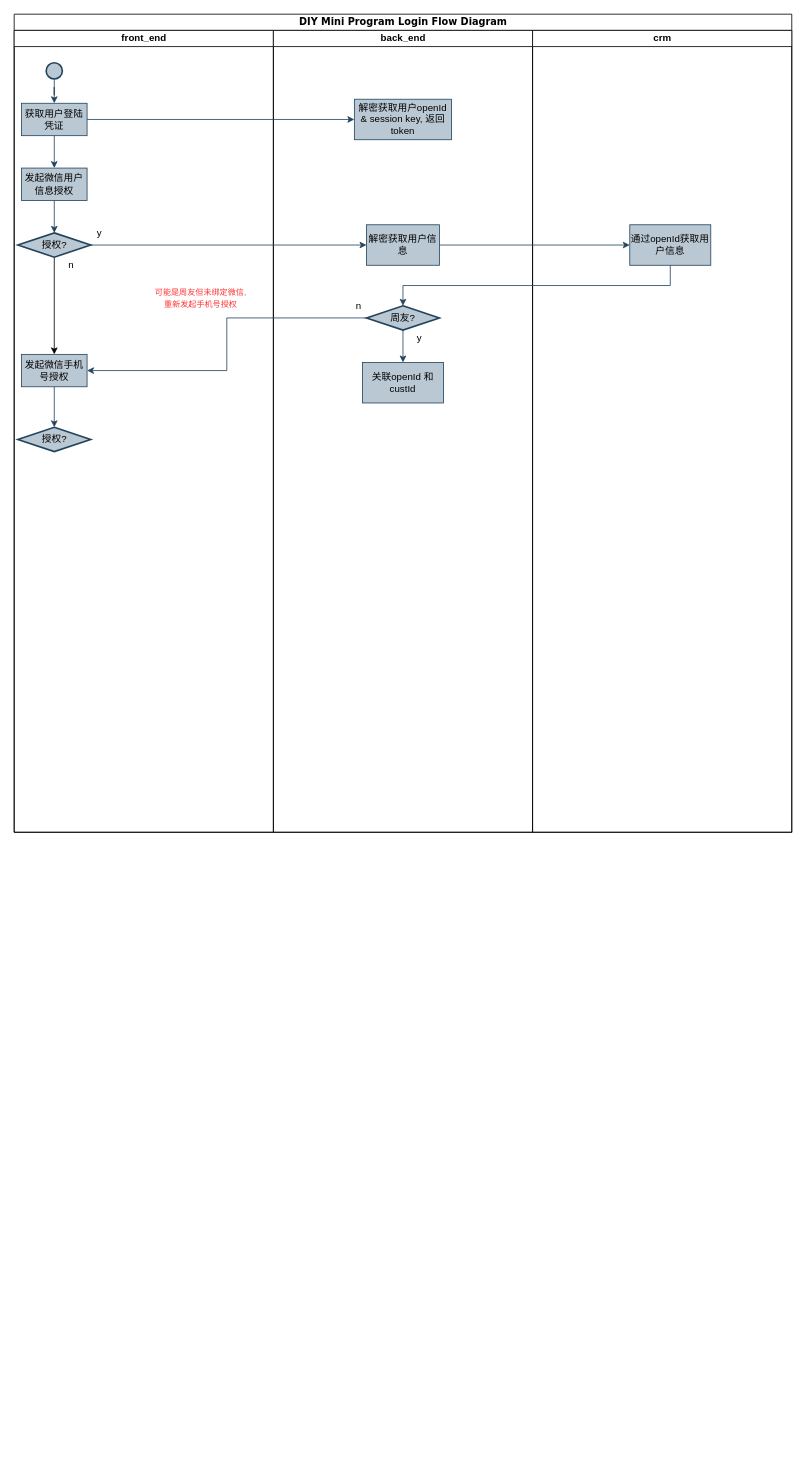
WinkleWong/Diagram keeps this draw.io diagram as DIY Mini Program/DIY Mini Program Login Flow Diagram.drawio. Above is the earlier version. Source tidied: cells renumbered, new cells numbered last; positions are measured from the earlier drawing's top-left corner, leaving out a move shared by most shapes. Both pictures are drawn from the tidied source at 81%, with x=0, y=0 at pixel (14, 14).
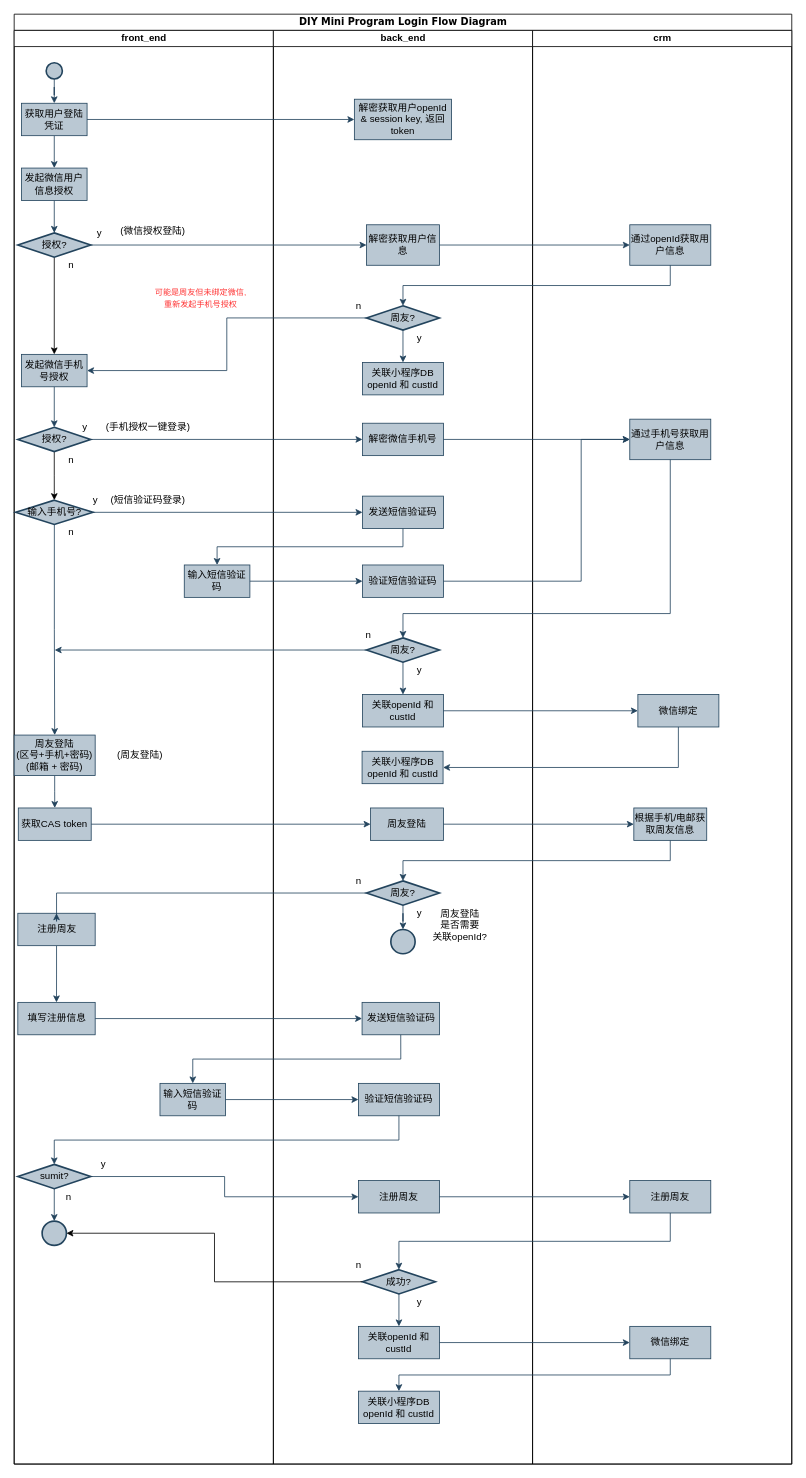
The same page after the edit.

Unchanged cells that the change refers to:
```xml
<mxCell id="13" value="发起微信手机号授权" style="rounded=0;whiteSpace=wrap;html=1;fillColor=#bac8d3;strokeColor=#23445d;" parent="3" vertex="1">
  <mxGeometry x="9" y="400" width="81" height="40" as="geometry" />
</mxCell>
<mxCell id="17" value="授权?" style="strokeWidth=2;html=1;shape=mxgraph.flowchart.decision;whiteSpace=wrap;fillColor=#bac8d3;strokeColor=#23445d;" parent="3" vertex="1">
  <mxGeometry x="4.5" y="490" width="90" height="30" as="geometry" />
</mxCell>
```

The edit, as a diff of the source:
```diff
@@
     <mxCell id="2" value="DIY Mini Program Login Flow Diagram" style="swimlane;html=1;startSize=20;rounded=0;shadow=0;comic=0;labelBackgroundColor=none;strokeWidth=1;fontFamily=Verdana;fontSize=12;align=center;" parent="1" vertex="1">
-      <mxGeometry width="960" height="1010" as="geometry" />
+      <mxGeometry width="960" height="1790" as="geometry" />
     </mxCell>
     <mxCell id="3" value="front_end" style="swimlane;html=1;startSize=20;" parent="2" vertex="1">
-      <mxGeometry y="20" width="320" height="990" as="geometry" />
+      <mxGeometry y="20" width="320" height="1770" as="geometry" />
     </mxCell>
@@
-    <mxCell id="12" style="edgeStyle=orthogonalEdgeStyle;rounded=0;jettySize=auto;html=1;entryX=0.5;entryY=0;entryDx=0;entryDy=0;entryPerimeter=0;fillColor=#bac8d3;strokeColor=#23445d;" parent="3" edge="1" source="13" target="17">
+    <mxCell id="12" style="edgeStyle=orthogonalEdgeStyle;rounded=0;jettySize=auto;html=1;entryX=0.5;entryY=0;entryDx=0;entryDy=0;entryPerimeter=0;fillColor=#bac8d3;strokeColor=#23445d;exitX=0.5;exitY=1;exitDx=0;exitDy=0;" parent="3" edge="1" source="13" target="17">
       <mxGeometry relative="1" as="geometry" />
     </mxCell>
@@
+    <mxCell id="33" style="edgeStyle=orthogonalEdgeStyle;rounded=0;jettySize=auto;html=1;entryX=0.5;entryY=0;entryDx=0;entryDy=0;entryPerimeter=0;" parent="3" edge="1" source="17" target="38">
+      <mxGeometry relative="1" as="geometry" />
+    </mxCell>
@@
+    <mxCell id="34" value="y" style="text;html=1;align=center;verticalAlign=middle;" parent="3" vertex="1">
+      <mxGeometry x="77.2" y="480" width="20" height="20" as="geometry" />
+    </mxCell>
+    <mxCell id="35" value="n" style="text;html=1;align=center;verticalAlign=middle;" parent="3" vertex="1">
+      <mxGeometry x="59.5" y="520" width="20" height="20" as="geometry" />
+    </mxCell>
+    <mxCell id="36" value="输入短信验证码" style="rounded=0;whiteSpace=wrap;html=1;fillColor=#bac8d3;strokeColor=#23445d;" parent="3" vertex="1">
+      <mxGeometry x="210" y="660" width="81" height="40" as="geometry" />
+    </mxCell>
+    <mxCell id="37" style="edgeStyle=orthogonalEdgeStyle;rounded=0;jettySize=auto;html=1;entryX=0.5;entryY=0;entryDx=0;entryDy=0;fillColor=#bac8d3;strokeColor=#23445d;" parent="3" edge="1" source="38" target="43">
+      <mxGeometry relative="1" as="geometry" />
+    </mxCell>
+    <mxCell id="38" value="输入手机号?" style="strokeWidth=2;html=1;shape=mxgraph.flowchart.decision;whiteSpace=wrap;fillColor=#bac8d3;strokeColor=#23445d;" parent="3" vertex="1">
+      <mxGeometry x="1.8" y="580" width="95.5" height="30" as="geometry" />
+    </mxCell>
+    <mxCell id="39" value="(手机授权一键登录)" style="text;html=1;align=center;verticalAlign=middle;" parent="3" vertex="1">
+      <mxGeometry x="90" y="480" width="150" height="20" as="geometry" />
+    </mxCell>
+    <mxCell id="40" value="(短信验证码登录)" style="text;html=1;align=center;verticalAlign=middle;" parent="3" vertex="1">
+      <mxGeometry x="100" y="570" width="130" height="20" as="geometry" />
+    </mxCell>
+    <mxCell id="41" value="y" style="text;html=1;align=center;verticalAlign=middle;" parent="3" vertex="1">
+      <mxGeometry x="90" y="570" width="20" height="20" as="geometry" />
+    </mxCell>
+    <mxCell id="42" style="edgeStyle=orthogonalEdgeStyle;rounded=0;jettySize=auto;html=1;entryX=0.5;entryY=0;entryDx=0;entryDy=0;fillColor=#bac8d3;strokeColor=#23445d;" parent="3" edge="1" source="43" target="45">
+      <mxGeometry relative="1" as="geometry" />
+    </mxCell>
+    <mxCell id="43" value="周友登陆&lt;br&gt;(区号+手机+密码)&lt;br&gt;(邮箱 + 密码)" style="rounded=0;whiteSpace=wrap;html=1;fillColor=#bac8d3;strokeColor=#23445d;" parent="3" vertex="1">
+      <mxGeometry y="870" width="100" height="50" as="geometry" />
+    </mxCell>
+    <mxCell id="44" value="n" style="text;html=1;align=center;verticalAlign=middle;" parent="3" vertex="1">
+      <mxGeometry x="59.5" y="610" width="20" height="20" as="geometry" />
+    </mxCell>
+    <mxCell id="45" value="获取CAS token" style="rounded=0;whiteSpace=wrap;html=1;fillColor=#bac8d3;strokeColor=#23445d;" parent="3" vertex="1">
+      <mxGeometry x="5.1" y="960" width="90" height="40" as="geometry" />
+    </mxCell>
+    <mxCell id="46" style="edgeStyle=orthogonalEdgeStyle;rounded=0;jettySize=auto;html=1;entryX=0.5;entryY=0;entryDx=0;entryDy=0;fillColor=#bac8d3;strokeColor=#23445d;" parent="3" edge="1" source="47" target="48">
+      <mxGeometry relative="1" as="geometry" />
+    </mxCell>
+    <mxCell id="47" value="注册周友" style="rounded=0;whiteSpace=wrap;html=1;fillColor=#bac8d3;strokeColor=#23445d;" parent="3" vertex="1">
+      <mxGeometry x="4.5" y="1090" width="95.5" height="40" as="geometry" />
+    </mxCell>
+    <mxCell id="48" value="填写注册信息" style="rounded=0;whiteSpace=wrap;html=1;fillColor=#bac8d3;strokeColor=#23445d;" parent="3" vertex="1">
+      <mxGeometry x="4.5" y="1200" width="95.5" height="40" as="geometry" />
+    </mxCell>
+    <mxCell id="49" value="输入短信验证码" style="rounded=0;whiteSpace=wrap;html=1;fillColor=#bac8d3;strokeColor=#23445d;" parent="3" vertex="1">
+      <mxGeometry x="180" y="1300" width="81" height="40" as="geometry" />
+    </mxCell>
+    <mxCell id="50" style="edgeStyle=orthogonalEdgeStyle;rounded=0;jettySize=auto;html=1;fillColor=#bac8d3;strokeColor=#23445d;" parent="3" edge="1" source="51" target="52">
+      <mxGeometry relative="1" as="geometry" />
+    </mxCell>
+    <mxCell id="51" value="sumit?" style="strokeWidth=2;html=1;shape=mxgraph.flowchart.decision;whiteSpace=wrap;fillColor=#bac8d3;strokeColor=#23445d;" parent="3" vertex="1">
+      <mxGeometry x="4.5" y="1400" width="90" height="30" as="geometry" />
+    </mxCell>
+    <mxCell id="52" style="strokeWidth=2;html=1;shape=mxgraph.flowchart.start_2;whiteSpace=wrap;fillColor=#bac8d3;strokeColor=#23445d;" parent="3" vertex="1">
+      <mxGeometry x="34.5" y="1470" width="30" height="30" as="geometry" />
+    </mxCell>
+    <mxCell id="53" value="n" style="text;html=1;align=center;verticalAlign=middle;" parent="3" vertex="1">
+      <mxGeometry x="57.2" y="1430" width="20" height="20" as="geometry" />
+    </mxCell>
+    <mxCell id="54" value="y" style="text;html=1;align=center;verticalAlign=middle;" parent="3" vertex="1">
+      <mxGeometry x="100" y="1390" width="20" height="20" as="geometry" />
+    </mxCell>
+    <mxCell id="55" value="(周友登陆)" style="text;html=1;align=center;verticalAlign=middle;" parent="3" vertex="1">
+      <mxGeometry x="110" y="885" width="90" height="20" as="geometry" />
+    </mxCell>
     <mxCell id="18" value="back_end" style="swimlane;html=1;startSize=20;" parent="2" vertex="1">
-      <mxGeometry x="320" y="20" width="320" height="990" as="geometry" />
+      <mxGeometry x="320" y="20" width="320" height="1770" as="geometry" />
     </mxCell>
@@
-    <mxCell id="23" value="关联openId 和 custId" style="rounded=0;whiteSpace=wrap;html=1;fillColor=#bac8d3;strokeColor=#23445d;" parent="18" vertex="1">
-      <mxGeometry x="110" y="410" width="100" height="50" as="geometry" />
+    <mxCell id="23" value="关联小程序DB openId 和 custId" style="rounded=0;whiteSpace=wrap;html=1;fillColor=#bac8d3;strokeColor=#23445d;" parent="18" vertex="1">
+      <mxGeometry x="110" y="410" width="100" height="40" as="geometry" />
     </mxCell>
@@
+    <mxCell id="56" value="解密微信手机号" style="rounded=0;whiteSpace=wrap;html=1;fillColor=#bac8d3;strokeColor=#23445d;" parent="18" vertex="1">
+      <mxGeometry x="110" y="485" width="100" height="40" as="geometry" />
+    </mxCell>
+    <mxCell id="57" value="发送短信验证码" style="rounded=0;whiteSpace=wrap;html=1;fillColor=#bac8d3;strokeColor=#23445d;" parent="18" vertex="1">
+      <mxGeometry x="110" y="575" width="100" height="40" as="geometry" />
+    </mxCell>
+    <mxCell id="58" value="验证短信验证码" style="rounded=0;whiteSpace=wrap;html=1;fillColor=#bac8d3;strokeColor=#23445d;" parent="18" vertex="1">
+      <mxGeometry x="110" y="660" width="100" height="40" as="geometry" />
+    </mxCell>
+    <mxCell id="59" style="edgeStyle=orthogonalEdgeStyle;rounded=0;jettySize=auto;html=1;fillColor=#bac8d3;strokeColor=#23445d;" parent="18" edge="1" source="60" target="61">
+      <mxGeometry relative="1" as="geometry" />
+    </mxCell>
+    <mxCell id="60" value="周友?" style="strokeWidth=2;html=1;shape=mxgraph.flowchart.decision;whiteSpace=wrap;fillColor=#bac8d3;strokeColor=#23445d;" parent="18" vertex="1">
+      <mxGeometry x="115" y="750" width="90" height="30" as="geometry" />
+    </mxCell>
+    <mxCell id="61" value="关联openId 和 custId" style="rounded=0;whiteSpace=wrap;html=1;fillColor=#bac8d3;strokeColor=#23445d;" parent="18" vertex="1">
+      <mxGeometry x="110" y="820" width="100" height="40" as="geometry" />
+    </mxCell>
+    <mxCell id="62" value="y" style="text;html=1;align=center;verticalAlign=middle;" parent="18" vertex="1">
+      <mxGeometry x="170" y="780" width="20" height="20" as="geometry" />
+    </mxCell>
+    <mxCell id="63" value="周友登陆" style="rounded=0;whiteSpace=wrap;html=1;fillColor=#bac8d3;strokeColor=#23445d;" parent="18" vertex="1">
+      <mxGeometry x="120" y="960" width="90" height="40" as="geometry" />
+    </mxCell>
+    <mxCell id="64" style="edgeStyle=orthogonalEdgeStyle;rounded=0;jettySize=auto;html=1;entryX=0.5;entryY=0;entryDx=0;entryDy=0;entryPerimeter=0;fillColor=#bac8d3;strokeColor=#23445d;" parent="18" edge="1" source="65" target="68">
+      <mxGeometry relative="1" as="geometry" />
+    </mxCell>
+    <mxCell id="65" value="周友?" style="strokeWidth=2;html=1;shape=mxgraph.flowchart.decision;whiteSpace=wrap;fillColor=#bac8d3;strokeColor=#23445d;" parent="18" vertex="1">
+      <mxGeometry x="115" y="1050" width="90" height="30" as="geometry" />
+    </mxCell>
+    <mxCell id="66" value="y" style="text;html=1;align=center;verticalAlign=middle;" parent="18" vertex="1">
+      <mxGeometry x="170" y="1080" width="20" height="20" as="geometry" />
+    </mxCell>
+    <mxCell id="67" value="n" style="text;html=1;align=center;verticalAlign=middle;" parent="18" vertex="1">
+      <mxGeometry x="95" y="1040" width="20" height="20" as="geometry" />
+    </mxCell>
+    <mxCell id="68" style="strokeWidth=2;html=1;shape=mxgraph.flowchart.start_2;whiteSpace=wrap;fillColor=#bac8d3;strokeColor=#23445d;" parent="18" vertex="1">
+      <mxGeometry x="145" y="1110" width="30" height="30" as="geometry" />
+    </mxCell>
+    <mxCell id="69" value="周友登陆&lt;br&gt;是否需要&lt;br&gt;关联openId?" style="text;html=1;align=center;verticalAlign=middle;" parent="18" vertex="1">
+      <mxGeometry x="180" y="1080" width="100" height="50" as="geometry" />
+    </mxCell>
+    <mxCell id="70" value="发送短信验证码" style="rounded=0;whiteSpace=wrap;html=1;fillColor=#bac8d3;strokeColor=#23445d;" parent="18" vertex="1">
+      <mxGeometry x="109.5" y="1200" width="95.5" height="40" as="geometry" />
+    </mxCell>
+    <mxCell id="71" value="验证短信验证码" style="rounded=0;whiteSpace=wrap;html=1;fillColor=#bac8d3;strokeColor=#23445d;" parent="18" vertex="1">
+      <mxGeometry x="105" y="1300" width="100" height="40" as="geometry" />
+    </mxCell>
+    <mxCell id="72" value="注册周友" style="rounded=0;whiteSpace=wrap;html=1;fillColor=#bac8d3;strokeColor=#23445d;" parent="18" vertex="1">
+      <mxGeometry x="105" y="1420" width="100" height="40" as="geometry" />
+    </mxCell>
+    <mxCell id="73" style="edgeStyle=orthogonalEdgeStyle;rounded=0;jettySize=auto;html=1;entryX=0.5;entryY=0;entryDx=0;entryDy=0;fillColor=#bac8d3;strokeColor=#23445d;" parent="18" edge="1" source="74" target="75">
+      <mxGeometry relative="1" as="geometry" />
+    </mxCell>
+    <mxCell id="74" value="成功?" style="strokeWidth=2;html=1;shape=mxgraph.flowchart.decision;whiteSpace=wrap;fillColor=#bac8d3;strokeColor=#23445d;" parent="18" vertex="1">
+      <mxGeometry x="110" y="1530" width="90" height="30" as="geometry" />
+    </mxCell>
+    <mxCell id="75" value="关联openId 和 custId" style="rounded=0;whiteSpace=wrap;html=1;fillColor=#bac8d3;strokeColor=#23445d;" parent="18" vertex="1">
+      <mxGeometry x="105" y="1600" width="100" height="40" as="geometry" />
+    </mxCell>
+    <mxCell id="76" value="y" style="text;html=1;align=center;verticalAlign=middle;" parent="18" vertex="1">
+      <mxGeometry x="170" y="1560" width="20" height="20" as="geometry" />
+    </mxCell>
+    <mxCell id="77" value="关联小程序DB openId 和 custId" style="rounded=0;whiteSpace=wrap;html=1;fillColor=#bac8d3;strokeColor=#23445d;" parent="18" vertex="1">
+      <mxGeometry x="109.5" y="890" width="100" height="40" as="geometry" />
+    </mxCell>
+    <mxCell id="78" value="关联小程序DB openId 和 custId" style="rounded=0;whiteSpace=wrap;html=1;fillColor=#bac8d3;strokeColor=#23445d;" parent="18" vertex="1">
+      <mxGeometry x="105" y="1680" width="100" height="40" as="geometry" />
+    </mxCell>
     <mxCell id="26" value="crm" style="swimlane;html=1;startSize=20;" parent="2" vertex="1">
-      <mxGeometry x="640" y="20" width="320" height="990" as="geometry" />
+      <mxGeometry x="640" y="20" width="320" height="1770" as="geometry" />
     </mxCell>
@@
+    <mxCell id="79" value="通过手机号获取用户信息" style="rounded=0;whiteSpace=wrap;html=1;fillColor=#bac8d3;strokeColor=#23445d;" parent="26" vertex="1">
+      <mxGeometry x="120" y="480" width="100" height="50" as="geometry" />
+    </mxCell>
+    <mxCell id="80" value="根据手机/电邮获取周友信息" style="rounded=0;whiteSpace=wrap;html=1;fillColor=#bac8d3;strokeColor=#23445d;" parent="26" vertex="1">
+      <mxGeometry x="125" y="960" width="90" height="40" as="geometry" />
+    </mxCell>
+    <mxCell id="81" value="注册周友" style="rounded=0;whiteSpace=wrap;html=1;fillColor=#bac8d3;strokeColor=#23445d;" parent="26" vertex="1">
+      <mxGeometry x="120" y="1420" width="100" height="40" as="geometry" />
+    </mxCell>
+    <mxCell id="82" value="微信绑定" style="rounded=0;whiteSpace=wrap;html=1;fillColor=#bac8d3;strokeColor=#23445d;" parent="26" vertex="1">
+      <mxGeometry x="130" y="820" width="100" height="40" as="geometry" />
+    </mxCell>
+    <mxCell id="83" value="微信绑定" style="rounded=0;whiteSpace=wrap;html=1;fillColor=#bac8d3;strokeColor=#23445d;" parent="26" vertex="1">
+      <mxGeometry x="120" y="1600" width="100" height="40" as="geometry" />
+    </mxCell>
@@
+    <mxCell id="84" style="edgeStyle=orthogonalEdgeStyle;rounded=0;jettySize=auto;html=1;entryX=0;entryY=0.5;entryDx=0;entryDy=0;fillColor=#bac8d3;strokeColor=#23445d;" parent="2" edge="1" source="17" target="56">
+      <mxGeometry relative="1" as="geometry" />
+    </mxCell>
+    <mxCell id="85" style="edgeStyle=orthogonalEdgeStyle;rounded=0;jettySize=auto;html=1;entryX=0;entryY=0.5;entryDx=0;entryDy=0;fillColor=#bac8d3;strokeColor=#23445d;" parent="2" edge="1" source="56" target="79">
+      <mxGeometry relative="1" as="geometry" />
+    </mxCell>
+    <mxCell id="86" style="edgeStyle=orthogonalEdgeStyle;rounded=0;jettySize=auto;html=1;entryX=0;entryY=0.5;entryDx=0;entryDy=0;fillColor=#bac8d3;strokeColor=#23445d;" parent="2" edge="1" source="36" target="58">
+      <mxGeometry relative="1" as="geometry" />
+    </mxCell>
+    <mxCell id="87" style="edgeStyle=orthogonalEdgeStyle;rounded=0;jettySize=auto;html=1;entryX=0;entryY=0.5;entryDx=0;entryDy=0;fillColor=#bac8d3;strokeColor=#23445d;" parent="2" edge="1" source="38" target="57">
+      <mxGeometry relative="1" as="geometry" />
+    </mxCell>
+    <mxCell id="88" style="edgeStyle=orthogonalEdgeStyle;rounded=0;jettySize=auto;html=1;entryX=0.5;entryY=0;entryDx=0;entryDy=0;exitX=0.5;exitY=1;exitDx=0;exitDy=0;fillColor=#bac8d3;strokeColor=#23445d;" parent="2" edge="1" source="57" target="36">
+      <mxGeometry relative="1" as="geometry" />
+    </mxCell>
+    <mxCell id="89" style="edgeStyle=orthogonalEdgeStyle;rounded=0;jettySize=auto;html=1;entryX=0;entryY=0.5;entryDx=0;entryDy=0;fillColor=#bac8d3;strokeColor=#23445d;" parent="2" edge="1" source="58" target="79">
+      <mxGeometry relative="1" as="geometry">
+        <Array as="points">
+          <mxPoint x="700" y="700" />
+          <mxPoint x="700" y="525" />
+        </Array>
+      </mxGeometry>
+    </mxCell>
+    <mxCell id="90" style="edgeStyle=orthogonalEdgeStyle;rounded=0;jettySize=auto;html=1;exitX=0.5;exitY=1;exitDx=0;exitDy=0;fillColor=#bac8d3;strokeColor=#23445d;" parent="2" edge="1" source="79" target="60">
+      <mxGeometry relative="1" as="geometry">
+        <Array as="points">
+          <mxPoint x="810" y="740" />
+          <mxPoint x="480" y="740" />
+        </Array>
+      </mxGeometry>
+    </mxCell>
+    <mxCell id="91" style="edgeStyle=orthogonalEdgeStyle;rounded=0;jettySize=auto;html=1;entryX=0;entryY=0.5;entryDx=0;entryDy=0;fillColor=#bac8d3;strokeColor=#23445d;" parent="2" edge="1" source="45" target="63">
+      <mxGeometry relative="1" as="geometry" />
+    </mxCell>
+    <mxCell id="92" style="edgeStyle=orthogonalEdgeStyle;rounded=0;jettySize=auto;html=1;fillColor=#bac8d3;strokeColor=#23445d;" parent="2" edge="1" source="63" target="80">
+      <mxGeometry relative="1" as="geometry" />
+    </mxCell>
+    <mxCell id="93" style="edgeStyle=orthogonalEdgeStyle;rounded=0;jettySize=auto;html=1;entryX=0.5;entryY=0;entryDx=0;entryDy=0;entryPerimeter=0;exitX=0.5;exitY=1;exitDx=0;exitDy=0;fillColor=#bac8d3;strokeColor=#23445d;" parent="2" edge="1" source="80" target="65">
+      <mxGeometry relative="1" as="geometry" />
+    </mxCell>
+    <mxCell id="94" style="edgeStyle=orthogonalEdgeStyle;rounded=0;jettySize=auto;html=1;entryX=0.5;entryY=0;entryDx=0;entryDy=0;fillColor=#bac8d3;strokeColor=#23445d;" parent="2" edge="1" source="65" target="47">
+      <mxGeometry relative="1" as="geometry" />
+    </mxCell>
+    <mxCell id="95" style="edgeStyle=orthogonalEdgeStyle;rounded=0;jettySize=auto;html=1;entryX=0;entryY=0.5;entryDx=0;entryDy=0;fillColor=#bac8d3;strokeColor=#23445d;" parent="2" edge="1" source="48" target="70">
+      <mxGeometry relative="1" as="geometry" />
+    </mxCell>
+    <mxCell id="96" style="edgeStyle=orthogonalEdgeStyle;rounded=0;jettySize=auto;html=1;entryX=0.5;entryY=0;entryDx=0;entryDy=0;exitX=0.5;exitY=1;exitDx=0;exitDy=0;fillColor=#bac8d3;strokeColor=#23445d;" parent="2" edge="1" source="70" target="49">
+      <mxGeometry relative="1" as="geometry" />
+    </mxCell>
+    <mxCell id="97" style="edgeStyle=orthogonalEdgeStyle;rounded=0;jettySize=auto;html=1;entryX=0;entryY=0.5;entryDx=0;entryDy=0;fillColor=#bac8d3;strokeColor=#23445d;" parent="2" edge="1" source="49" target="71">
+      <mxGeometry relative="1" as="geometry" />
+    </mxCell>
+    <mxCell id="98" style="edgeStyle=orthogonalEdgeStyle;rounded=0;jettySize=auto;html=1;entryX=0.5;entryY=0;entryDx=0;entryDy=0;entryPerimeter=0;exitX=0.5;exitY=1;exitDx=0;exitDy=0;fillColor=#bac8d3;strokeColor=#23445d;" parent="2" edge="1" source="71" target="51">
+      <mxGeometry relative="1" as="geometry" />
+    </mxCell>
+    <mxCell id="99" style="edgeStyle=orthogonalEdgeStyle;rounded=0;jettySize=auto;html=1;entryX=0;entryY=0.5;entryDx=0;entryDy=0;fillColor=#bac8d3;strokeColor=#23445d;" parent="2" edge="1" source="51" target="72">
+      <mxGeometry relative="1" as="geometry" />
+    </mxCell>
+    <mxCell id="100" style="edgeStyle=orthogonalEdgeStyle;rounded=0;jettySize=auto;html=1;fillColor=#bac8d3;strokeColor=#23445d;" parent="2" edge="1" source="72" target="81">
+      <mxGeometry relative="1" as="geometry" />
+    </mxCell>
+    <mxCell id="101" style="edgeStyle=orthogonalEdgeStyle;rounded=0;jettySize=auto;html=1;entryX=0.5;entryY=0;entryDx=0;entryDy=0;entryPerimeter=0;exitX=0.5;exitY=1;exitDx=0;exitDy=0;fillColor=#bac8d3;strokeColor=#23445d;" parent="2" edge="1" source="81" target="74">
+      <mxGeometry relative="1" as="geometry" />
+    </mxCell>
+    <mxCell id="102" style="edgeStyle=orthogonalEdgeStyle;rounded=0;jettySize=auto;html=1;entryX=1;entryY=0.5;entryDx=0;entryDy=0;entryPerimeter=0;" parent="2" edge="1" source="74" target="52">
+      <mxGeometry relative="1" as="geometry" />
+    </mxCell>
+    <mxCell id="103" style="edgeStyle=orthogonalEdgeStyle;rounded=0;jettySize=auto;html=1;entryX=0;entryY=0.5;entryDx=0;entryDy=0;fillColor=#bac8d3;strokeColor=#23445d;" parent="2" edge="1" source="61" target="82">
+      <mxGeometry relative="1" as="geometry" />
+    </mxCell>
+    <mxCell id="104" style="edgeStyle=orthogonalEdgeStyle;rounded=0;jettySize=auto;html=1;entryX=1;entryY=0.5;entryDx=0;entryDy=0;exitX=0.5;exitY=1;exitDx=0;exitDy=0;fillColor=#bac8d3;strokeColor=#23445d;" parent="2" edge="1" source="82" target="77">
+      <mxGeometry relative="1" as="geometry" />
+    </mxCell>
+    <mxCell id="105" style="edgeStyle=orthogonalEdgeStyle;rounded=0;jettySize=auto;html=1;entryX=0;entryY=0.5;entryDx=0;entryDy=0;fillColor=#bac8d3;strokeColor=#23445d;" parent="2" edge="1" source="75" target="83">
+      <mxGeometry relative="1" as="geometry" />
+    </mxCell>
+    <mxCell id="106" style="edgeStyle=orthogonalEdgeStyle;rounded=0;jettySize=auto;html=1;exitX=0.5;exitY=1;exitDx=0;exitDy=0;fillColor=#bac8d3;strokeColor=#23445d;" parent="2" edge="1" source="83" target="78">
+      <mxGeometry relative="1" as="geometry" />
+    </mxCell>
+    <mxCell id="107" value="(微信授权登陆)" style="text;html=1;align=center;verticalAlign=middle;" parent="1" vertex="1">
+      <mxGeometry x="111" y="258" width="120" height="20" as="geometry" />
+    </mxCell>
+    <mxCell id="108" style="edgeStyle=orthogonalEdgeStyle;rounded=0;jettySize=auto;html=1;fillColor=#bac8d3;strokeColor=#23445d;" parent="1" edge="1" source="60">
+      <mxGeometry relative="1" as="geometry">
+        <mxPoint x="50" y="785" as="targetPoint" />
+      </mxGeometry>
+    </mxCell>
+    <mxCell id="109" value="n" style="text;html=1;align=center;verticalAlign=middle;" parent="1" vertex="1">
+      <mxGeometry x="427" y="757" width="20" height="20" as="geometry" />
+    </mxCell>
+    <mxCell id="110" value="n" style="text;html=1;align=center;verticalAlign=middle;" parent="1" vertex="1">
+      <mxGeometry x="415" y="1535" width="20" height="20" as="geometry" />
+    </mxCell>
```
